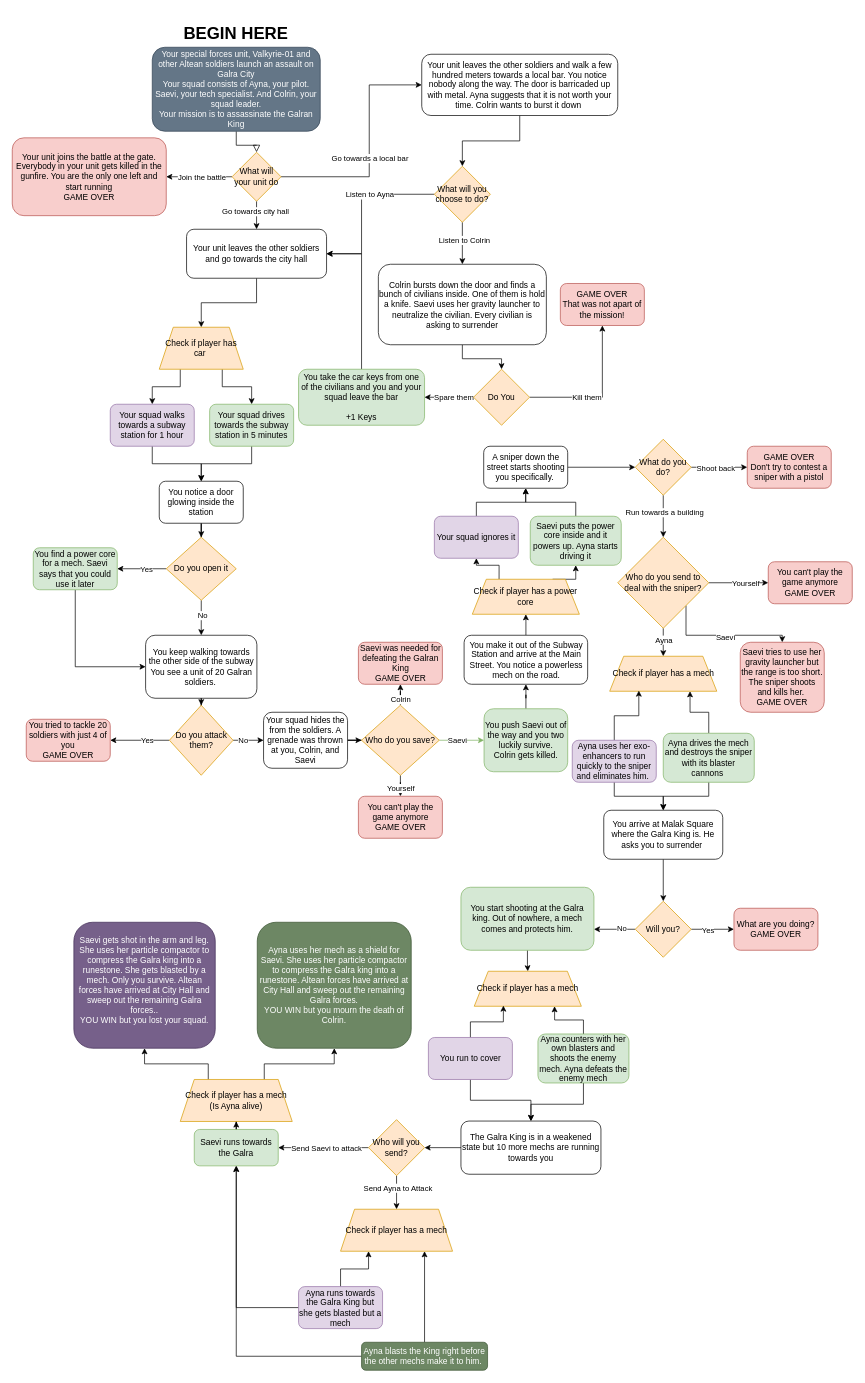
Earlier version of the draw.io diagram BusinessCulminatingFlowchart (1).drawio (twitocode/Draw.io-Diagrams). Source tidied: cells renumbered, new cells numbered last; positions are measured from the earlier drawing's top-left corner, leaving out a move shared by most shapes. Both pictures are drawn from the tidied source at 70%, with x=0, y=0 at pixel (12, 19).
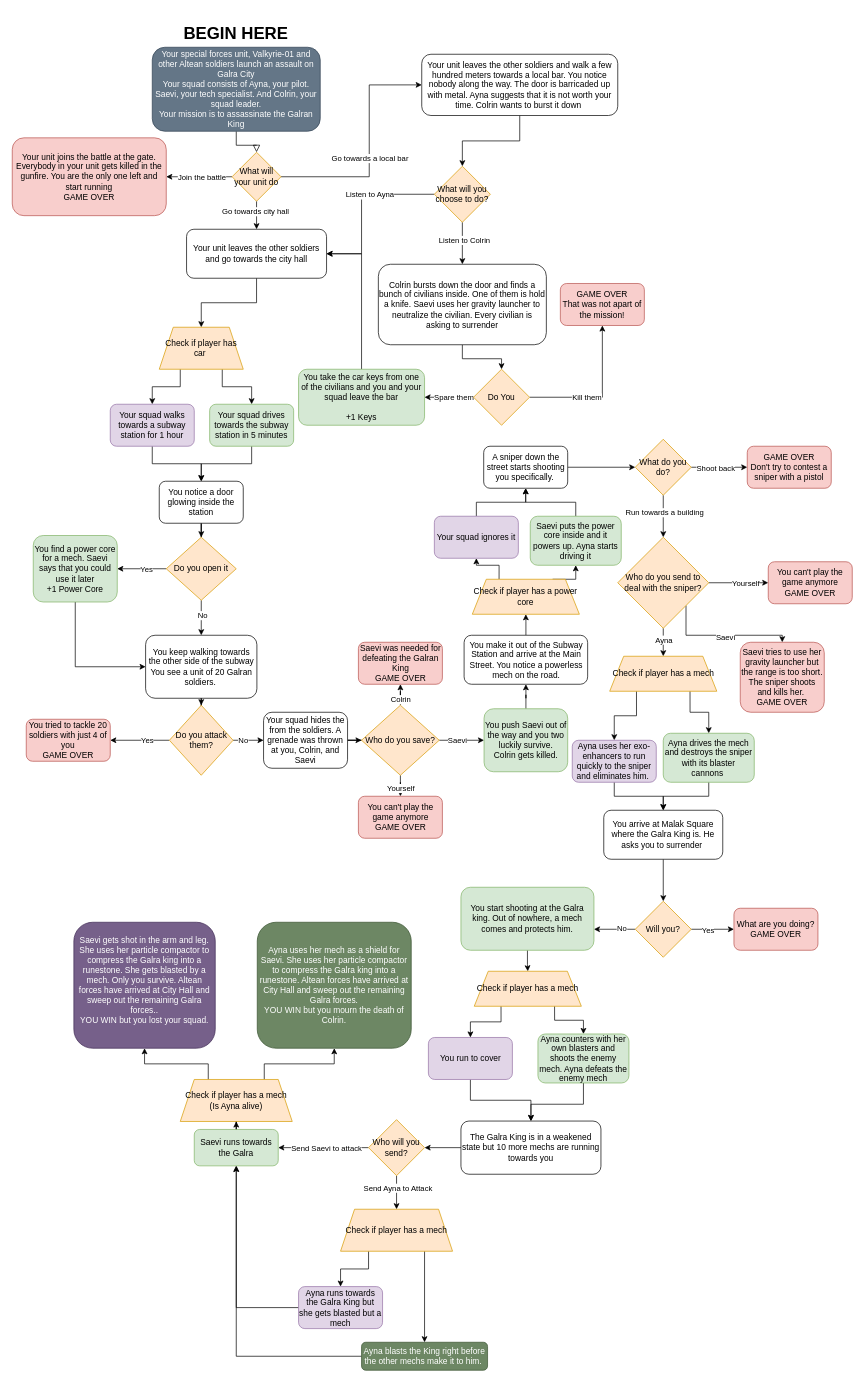
After the change.

Unchanged cells that the change refers to:
```xml
<mxCell id="63" value="Who do you save?" style="rhombus;whiteSpace=wrap;html=1;fillColor=#ffe6cc;strokeColor=#d79b00;" parent="1" vertex="1">
  <mxGeometry x="499" y="980" width="111" height="100" as="geometry" />
</mxCell>
<mxCell id="66" value="You push Saevi out of the way and you two luckily survive.&lt;br&gt;Colrin gets killed." style="rounded=1;whiteSpace=wrap;html=1;fillColor=#d5e8d4;strokeColor=#82b366;" parent="1" vertex="1">
  <mxGeometry x="674" y="985" width="119.5" height="90" as="geometry" />
</mxCell>
<mxCell id="104" value="Check if player has a mech" style="shape=trapezoid;perimeter=trapezoidPerimeter;whiteSpace=wrap;html=1;fixedSize=1;fillColor=#ffe6cc;strokeColor=#d79b00;" parent="1" vertex="1">
  <mxGeometry x="853.5" y="910" width="153" height="50" as="geometry" />
</mxCell>
<mxCell id="107" value="Ayna uses her exo-enhancers to run quickly to the sniper and eliminates him.&amp;nbsp;" style="rounded=1;whiteSpace=wrap;html=1;fillColor=#e1d5e7;strokeColor=#9673a6;" parent="1" vertex="1">
  <mxGeometry x="800" y="1030" width="120" height="60" as="geometry" />
</mxCell>
<mxCell id="110" value="Ayna drives the mech and destroys the sniper with its blaster cannons&amp;nbsp;" style="rounded=1;whiteSpace=wrap;html=1;fillColor=#d5e8d4;strokeColor=#82b366;" parent="1" vertex="1">
  <mxGeometry x="930" y="1020" width="130" height="70" as="geometry" />
</mxCell>
<mxCell id="112" value="Check if player has a mech" style="shape=trapezoid;perimeter=trapezoidPerimeter;whiteSpace=wrap;html=1;fixedSize=1;fillColor=#ffe6cc;strokeColor=#d79b00;" parent="1" vertex="1">
  <mxGeometry x="660" y="1360" width="153" height="50" as="geometry" />
</mxCell>
<mxCell id="115" value="You run to cover" style="rounded=1;whiteSpace=wrap;html=1;fillColor=#e1d5e7;strokeColor=#9673a6;" parent="1" vertex="1">
  <mxGeometry x="594.5" y="1454.6" width="120" height="60" as="geometry" />
</mxCell>
<mxCell id="118" value="Ayna counters with her own blasters and shoots the enemy mech. Ayna defeats the enemy mech" style="rounded=1;whiteSpace=wrap;html=1;fillColor=#d5e8d4;strokeColor=#82b366;" parent="1" vertex="1">
  <mxGeometry x="751" y="1449.6" width="130" height="70" as="geometry" />
</mxCell>
<mxCell id="130" value="Ayna runs towards the Galra King but she gets blasted but a mech" style="rounded=1;whiteSpace=wrap;html=1;fillColor=#e1d5e7;strokeColor=#9673a6;" parent="1" vertex="1">
  <mxGeometry x="409" y="1810.5" width="120" height="60" as="geometry" />
</mxCell>
<mxCell id="133" value="Ayna blasts the King right before the other mechs make it to him.&amp;nbsp;" style="rounded=1;whiteSpace=wrap;html=1;fillColor=#6d8764;strokeColor=#3A5431;fontColor=#ffffff;" parent="1" vertex="1">
  <mxGeometry x="499" y="1890" width="180" height="40" as="geometry" />
</mxCell>
<mxCell id="134" value="Check if player has a mech" style="shape=trapezoid;perimeter=trapezoidPerimeter;whiteSpace=wrap;html=1;fixedSize=1;fillColor=#ffe6cc;strokeColor=#d79b00;" parent="1" vertex="1">
  <mxGeometry x="469" y="1700" width="160" height="60" as="geometry" />
</mxCell>
```

What changed in the source:
```diff
@@
-    <mxCell id="46" value="You find a power core for a mech. Saevi says that you could use it later" style="rounded=1;whiteSpace=wrap;html=1;fillColor=#d5e8d4;strokeColor=#82b366;" parent="1" vertex="1">
-      <mxGeometry x="30" y="755" width="120" height="60" as="geometry" />
+    <mxCell id="46" value="You find a power core for a mech. Saevi says that you could use it later&lt;br&gt;+1 Power Core" style="rounded=1;whiteSpace=wrap;html=1;fillColor=#d5e8d4;strokeColor=#82b366;" parent="1" vertex="1">
+      <mxGeometry x="30" y="737.5" width="120" height="95" as="geometry" />
     </mxCell>
@@
-    <mxCell id="59" style="edgeStyle=orthogonalEdgeStyle;rounded=0;jettySize=auto;html=1;fillColor=#d5e8d4;strokeColor=#82b366;" parent="1" edge="1" source="63" target="66">
+    <mxCell id="59" style="edgeStyle=orthogonalEdgeStyle;rounded=0;jettySize=auto;html=1;" parent="1" edge="1" source="63" target="66">
       <mxGeometry relative="1" as="geometry" />
     </mxCell>
@@
+    <mxCell id="140" style="edgeStyle=orthogonalEdgeStyle;rounded=0;jettySize=auto;html=1;exitX=0.25;exitY=1;exitDx=0;exitDy=0;" parent="1" edge="1" source="104" target="107">
+      <mxGeometry relative="1" as="geometry" />
+    </mxCell>
+    <mxCell id="141" style="edgeStyle=orthogonalEdgeStyle;rounded=0;jettySize=auto;html=1;exitX=0.75;exitY=1;exitDx=0;exitDy=0;" parent="1" edge="1" source="104" target="110">
+      <mxGeometry relative="1" as="geometry" />
+    </mxCell>
@@
-    <mxCell id="105" style="edgeStyle=orthogonalEdgeStyle;rounded=0;jettySize=auto;html=1;entryX=0.272;entryY=0.982;entryDx=0;entryDy=0;entryPerimeter=0;" parent="1" edge="1" source="107" target="104">
-      <mxGeometry relative="1" as="geometry" />
-    </mxCell>
@@
-    <mxCell id="108" style="edgeStyle=orthogonalEdgeStyle;rounded=0;jettySize=auto;html=1;exitX=0.5;exitY=0;exitDx=0;exitDy=0;entryX=0.75;entryY=1;entryDx=0;entryDy=0;" parent="1" edge="1" source="110" target="104">
-      <mxGeometry relative="1" as="geometry" />
-    </mxCell>
@@
+    <mxCell id="142" style="edgeStyle=orthogonalEdgeStyle;rounded=0;jettySize=auto;html=1;exitX=0.25;exitY=1;exitDx=0;exitDy=0;" parent="1" edge="1" source="112" target="115">
+      <mxGeometry relative="1" as="geometry" />
+    </mxCell>
+    <mxCell id="143" style="edgeStyle=orthogonalEdgeStyle;rounded=0;jettySize=auto;html=1;exitX=0.75;exitY=1;exitDx=0;exitDy=0;" parent="1" edge="1" source="112" target="118">
+      <mxGeometry relative="1" as="geometry" />
+    </mxCell>
@@
-    <mxCell id="113" style="edgeStyle=orthogonalEdgeStyle;rounded=0;jettySize=auto;html=1;entryX=0.272;entryY=0.982;entryDx=0;entryDy=0;entryPerimeter=0;" parent="1" edge="1" source="115" target="112">
-      <mxGeometry relative="1" as="geometry" />
-    </mxCell>
@@
-    <mxCell id="116" style="edgeStyle=orthogonalEdgeStyle;rounded=0;jettySize=auto;html=1;exitX=0.5;exitY=0;exitDx=0;exitDy=0;entryX=0.75;entryY=1;entryDx=0;entryDy=0;" parent="1" edge="1" source="118" target="112">
-      <mxGeometry relative="1" as="geometry" />
-    </mxCell>
@@
-    <mxCell id="128" style="edgeStyle=orthogonalEdgeStyle;rounded=0;jettySize=auto;html=1;entryX=0.25;entryY=1;entryDx=0;entryDy=0;" parent="1" edge="1" source="130" target="134">
-      <mxGeometry relative="1" as="geometry" />
-    </mxCell>
@@
-    <mxCell id="131" style="edgeStyle=orthogonalEdgeStyle;rounded=0;jettySize=auto;html=1;exitX=0.5;exitY=0;exitDx=0;exitDy=0;entryX=0.75;entryY=1;entryDx=0;entryDy=0;" parent="1" edge="1" source="133" target="134">
-      <mxGeometry relative="1" as="geometry" />
-    </mxCell>
@@
+    <mxCell id="144" style="edgeStyle=orthogonalEdgeStyle;rounded=0;jettySize=auto;html=1;exitX=0.75;exitY=1;exitDx=0;exitDy=0;" parent="1" edge="1" source="134" target="133">
+      <mxGeometry relative="1" as="geometry" />
+    </mxCell>
+    <mxCell id="145" style="edgeStyle=orthogonalEdgeStyle;rounded=0;jettySize=auto;html=1;exitX=0.25;exitY=1;exitDx=0;exitDy=0;entryX=0.5;entryY=0;entryDx=0;entryDy=0;" parent="1" edge="1" source="134" target="130">
+      <mxGeometry relative="1" as="geometry" />
+    </mxCell>
```
